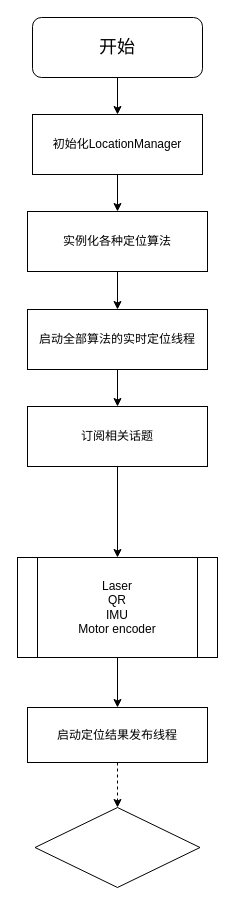
This is page "顺序结构流程图" (5 of 5) of 定位调用.drawio from sdu-rjy/doc, a draw.io file, before an edit. Source tidied: cells renumbered, new cells numbered last; positions are measured from the earlier drawing's top-left corner, leaving out a move shared by most shapes. Both pictures are drawn from the tidied source at 100%, with x=0, y=0 at pixel (17, 17).
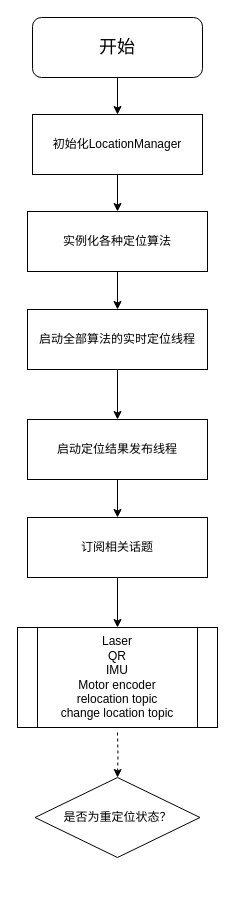
After the change.

Commit message:
更新定位调用.drawio

The edit, as a diff of the source:
```diff
@@
 <mxGraphModel>
   <root>
     <mxCell id="0" />
     <mxCell id="1" parent="0" />
     <mxCell id="2" style="edgeStyle=orthogonalEdgeStyle;rounded=0;jettySize=auto;html=1;exitX=0.5;exitY=1;exitDx=0;exitDy=0;" parent="1" edge="1" source="3" target="5">
       <mxGeometry relative="1" as="geometry" />
     </mxCell>
     <mxCell id="3" value="&lt;font style=&quot;font-size: 18px;&quot; face=&quot;Times New Roman&quot;&gt;开始&lt;/font&gt;" style="rounded=1;whiteSpace=wrap;html=1;" parent="1" vertex="1">
       <mxGeometry x="15" width="170" height="60" as="geometry" />
     </mxCell>
     <mxCell id="4" style="edgeStyle=orthogonalEdgeStyle;rounded=0;jettySize=auto;html=1;" parent="1" edge="1" source="5" target="7">
       <mxGeometry relative="1" as="geometry" />
     </mxCell>
     <mxCell id="5" value="初始化LocationManager" style="rounded=0;whiteSpace=wrap;html=1;" parent="1" vertex="1">
       <mxGeometry x="15" y="97" width="170" height="60" as="geometry" />
     </mxCell>
     <mxCell id="6" style="edgeStyle=orthogonalEdgeStyle;rounded=0;jettySize=auto;html=1;" parent="1" edge="1" source="7" target="9">
       <mxGeometry relative="1" as="geometry" />
     </mxCell>
     <mxCell id="7" value="实例化各种定位算法" style="whiteSpace=wrap;html=1;rounded=0;" parent="1" vertex="1">
       <mxGeometry x="10" y="194" width="180" height="60" as="geometry" />
     </mxCell>
     <mxCell id="8" style="edgeStyle=orthogonalEdgeStyle;rounded=0;jettySize=auto;html=1;" parent="1" edge="1" source="9" target="11">
       <mxGeometry relative="1" as="geometry" />
     </mxCell>
     <mxCell id="9" value="启动全部算法的实时定位线程" style="whiteSpace=wrap;html=1;rounded=0;" parent="1" vertex="1">
       <mxGeometry x="10" y="292" width="180" height="60" as="geometry" />
     </mxCell>
-    <mxCell id="10" style="edgeStyle=orthogonalEdgeStyle;rounded=0;jettySize=auto;html=1;exitX=0.5;exitY=1;exitDx=0;exitDy=0;entryX=0.5;entryY=0;entryDx=0;entryDy=0;" parent="1" edge="1" source="11" target="17">
-      <mxGeometry relative="1" as="geometry" />
-    </mxCell>
+    <mxCell id="18" style="edgeStyle=orthogonalEdgeStyle;rounded=0;jettySize=auto;html=1;" parent="1" edge="1" source="11" target="20">
+      <mxGeometry relative="1" as="geometry" />
+    </mxCell>
-    <mxCell id="11" value="订阅相关话题" style="whiteSpace=wrap;html=1;rounded=0;" parent="1" vertex="1">
-      <mxGeometry x="10" y="389" width="180" height="60" as="geometry" />
+    <mxCell id="11" value="启动定位结果发布线程" style="whiteSpace=wrap;html=1;rounded=0;" parent="1" vertex="1">
+      <mxGeometry x="10" y="402" width="180" height="60" as="geometry" />
     </mxCell>
     <mxCell id="12" style="edgeStyle=orthogonalEdgeStyle;rounded=0;orthogonalLoop=1;jettySize=auto;html=1;" parent="1" edge="1">
       <mxGeometry relative="1" as="geometry">
         <mxPoint x="100" y="546" as="sourcePoint" />
       </mxGeometry>
     </mxCell>
-    <mxCell id="13" style="edgeStyle=orthogonalEdgeStyle;rounded=0;jettySize=auto;html=1;dashed=1;" parent="1" edge="1" source="14" target="15">
-      <mxGeometry relative="1" as="geometry" />
+    <mxCell id="13" style="edgeStyle=orthogonalEdgeStyle;rounded=0;jettySize=auto;html=1;dashed=1;" parent="1" edge="1" target="15">
+      <mxGeometry relative="1" as="geometry">
+        <mxPoint x="100" y="715" as="sourcePoint" />
+      </mxGeometry>
     </mxCell>
-    <mxCell id="14" value="启动定位结果发布线程" style="whiteSpace=wrap;html=1;rounded=0;" parent="1" vertex="1">
-      <mxGeometry x="10" y="690" width="180" height="55" as="geometry" />
-    </mxCell>
-    <mxCell id="15" style="rhombus;whiteSpace=wrap;html=1;rounded=0;" parent="1" vertex="1">
-      <mxGeometry x="17.5" y="790" width="165" height="80" as="geometry" />
+    <mxCell id="15" value="是否为重定位状态？" style="rhombus;whiteSpace=wrap;html=1;rounded=0;" parent="1" vertex="1">
+      <mxGeometry x="17.5" y="760" width="165" height="80" as="geometry" />
     </mxCell>
-    <mxCell id="16" style="edgeStyle=orthogonalEdgeStyle;rounded=0;jettySize=auto;html=1;exitX=0.5;exitY=1;exitDx=0;exitDy=0;entryX=0.5;entryY=0;entryDx=0;entryDy=0;" parent="1" edge="1" source="17" target="14">
-      <mxGeometry relative="1" as="geometry" />
-    </mxCell>
-    <mxCell id="17" value="Laser&lt;div&gt;QR&lt;/div&gt;&lt;div&gt;IMU&lt;/div&gt;&lt;div&gt;Motor encoder&lt;/div&gt;" style="shape=process;whiteSpace=wrap;html=1;backgroundOutline=1;" parent="1" vertex="1">
-      <mxGeometry y="540" width="200" height="100" as="geometry" />
+    <mxCell id="17" value="Laser&lt;div&gt;QR&lt;/div&gt;&lt;div&gt;IMU&lt;/div&gt;&lt;div&gt;Motor encoder&lt;/div&gt;&lt;div&gt;relocation topic&lt;/div&gt;&lt;div&gt;change location topic&lt;/div&gt;" style="shape=process;whiteSpace=wrap;html=1;backgroundOutline=1;" parent="1" vertex="1">
+      <mxGeometry y="610" width="200" height="100" as="geometry" />
     </mxCell>
+    <mxCell id="19" style="edgeStyle=orthogonalEdgeStyle;rounded=0;jettySize=auto;html=1;exitX=0.5;exitY=1;exitDx=0;exitDy=0;" parent="1" edge="1" source="20" target="17">
+      <mxGeometry relative="1" as="geometry" />
+    </mxCell>
+    <mxCell id="20" value="订阅相关话题" style="whiteSpace=wrap;html=1;rounded=0;" parent="1" vertex="1">
+      <mxGeometry x="10" y="500" width="180" height="60" as="geometry" />
+    </mxCell>
   </root>
 </mxGraphModel>
```
